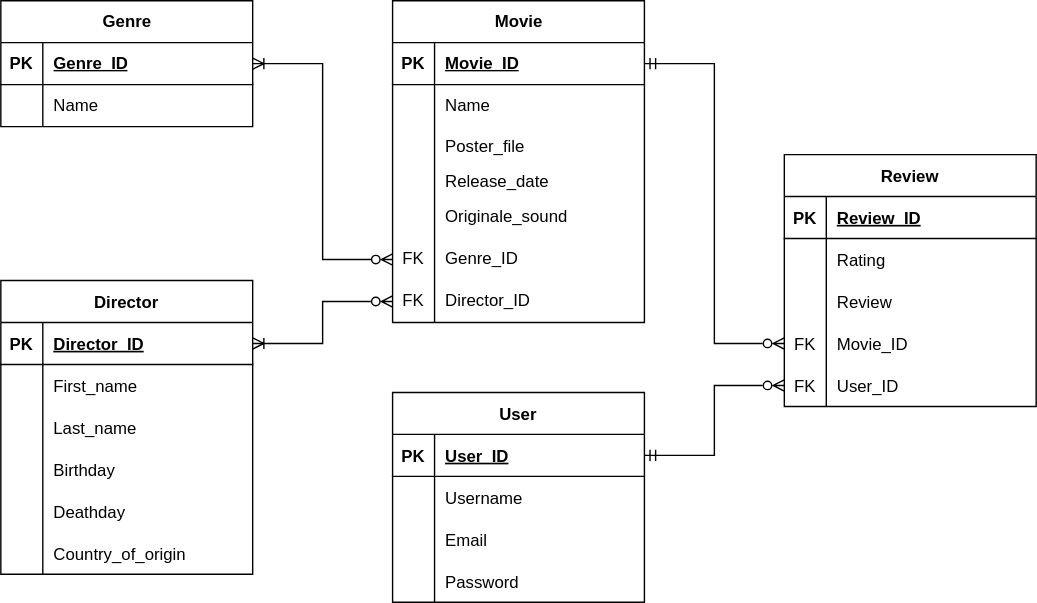
Earlier version of the draw.io export docs/review.drawio.svg (MichaelGloessl04/movie-review). Source tidied: cells renumbered, new cells last; positions are measured from the earlier drawing's top-left corner, leaving out a move shared by most shapes.
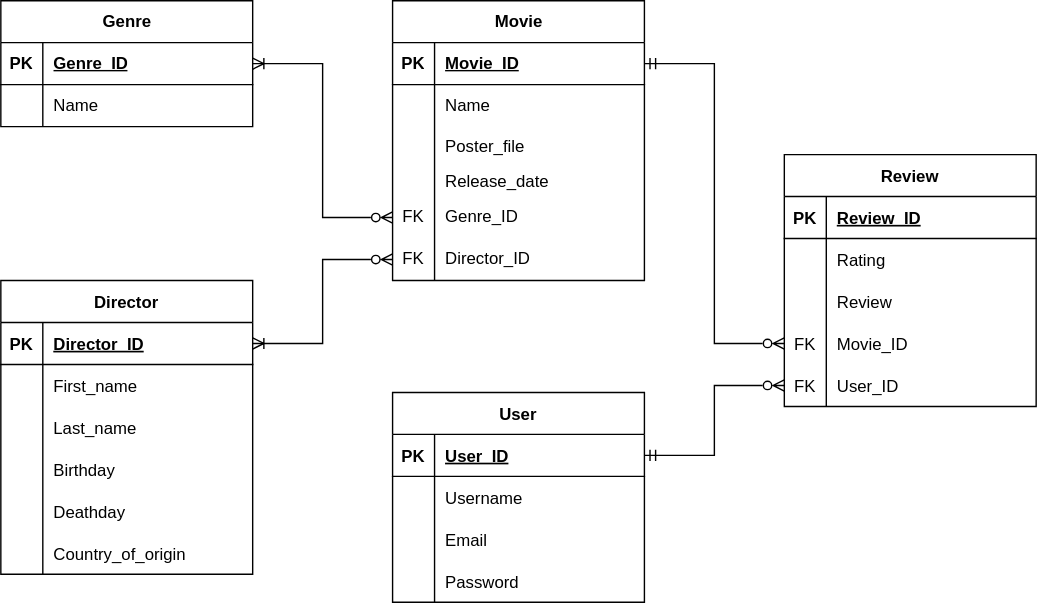
The same file after the commit.

Change to the diagram source:
```diff
@@ -3,7 +3,7 @@
     <mxCell id="0" />
     <mxCell id="1" parent="0" />
     <mxCell id="2" value="Movie" style="shape=table;startSize=30;rowLines=0;fontStyle=1;align=center;html=1;" parent="1" vertex="1">
-      <mxGeometry x="280" width="180" height="230" as="geometry" />
+      <mxGeometry x="280" width="180" height="200" as="geometry" />
     </mxCell>
     <mxCell id="3" style="shape=tableRow;horizontal=0;startSize=0;swimlaneHead=0;swimlaneBody=0;fillColor=none;points=[[0,0.5],[1,0.5]];portConstraint=eastwest;top=0;left=0;right=0;bottom=1;" parent="2" vertex="1">
       <mxGeometry y="30" width="180" height="30" as="geometry" />
@@ -41,17 +41,8 @@
     <mxCell id="14" value="Release_date" style="shape=partialRectangle;fillColor=none;top=0;left=0;bottom=0;right=0;align=left;spacingLeft=6;overflow=hidden;whiteSpace=wrap;html=1;" parent="12" vertex="1">
       <mxGeometry x="30" width="150" height="20" as="geometry" />
     </mxCell>
-    <mxCell id="15" style="shape=tableRow;horizontal=0;startSize=0;swimlaneHead=0;swimlaneBody=0;fillColor=none;top=0;left=0;right=0;bottom=0;" parent="2" vertex="1">
-      <mxGeometry y="140" width="180" height="30" as="geometry" />
-    </mxCell>
-    <mxCell id="16" style="shape=partialRectangle;fillColor=none;top=0;left=0;bottom=0;right=0;overflow=hidden;whiteSpace=wrap;html=1;" parent="15" vertex="1">
-      <mxGeometry width="30" height="30" as="geometry" />
-    </mxCell>
-    <mxCell id="17" value="Originale_sound" style="shape=partialRectangle;fillColor=none;top=0;left=0;bottom=0;right=0;align=left;spacingLeft=6;overflow=hidden;whiteSpace=wrap;html=1;" parent="15" vertex="1">
-      <mxGeometry x="30" width="150" height="30" as="geometry" />
-    </mxCell>
     <mxCell id="18" style="shape=tableRow;horizontal=0;startSize=0;swimlaneHead=0;swimlaneBody=0;fillColor=none;points=[[0,0.5],[1,0.5]];portConstraint=eastwest;top=0;left=0;right=0;bottom=0;" parent="2" vertex="1">
-      <mxGeometry y="170" width="180" height="30" as="geometry" />
+      <mxGeometry y="140" width="180" height="30" as="geometry" />
     </mxCell>
     <mxCell id="19" value="FK" style="shape=partialRectangle;fillColor=none;top=0;left=0;bottom=0;right=0;overflow=hidden;whiteSpace=wrap;html=1;" parent="18" vertex="1">
       <mxGeometry width="30" height="30" as="geometry" />
@@ -60,7 +51,7 @@
       <mxGeometry x="30" width="150" height="30" as="geometry" />
     </mxCell>
     <mxCell id="21" style="shape=tableRow;horizontal=0;startSize=0;swimlaneHead=0;swimlaneBody=0;fillColor=none;points=[[0,0.5],[1,0.5]];portConstraint=eastwest;top=0;left=0;right=0;bottom=0;" parent="2" vertex="1">
-      <mxGeometry y="200" width="180" height="30" as="geometry" />
+      <mxGeometry y="170" width="180" height="30" as="geometry" />
     </mxCell>
     <mxCell id="22" value="FK" style="shape=partialRectangle;fillColor=none;top=0;left=0;bottom=0;right=0;overflow=hidden;whiteSpace=wrap;html=1;" parent="21" vertex="1">
       <mxGeometry width="30" height="30" as="geometry" />
```
